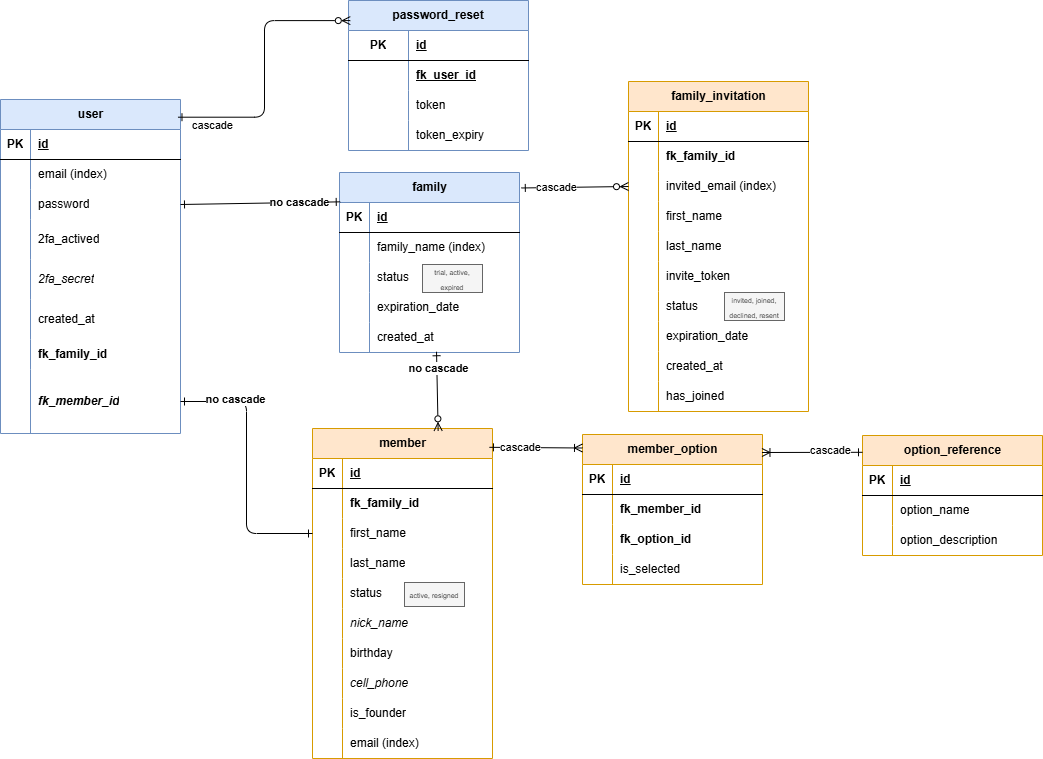
This is docs/members-schema.png from greg1951/family-social-scratch, a draw.io export, as it was before one commit. Source tidied: cells renumbered, new cells last; positions are measured from the earlier drawing's top-left corner, leaving out a move shared by most shapes.
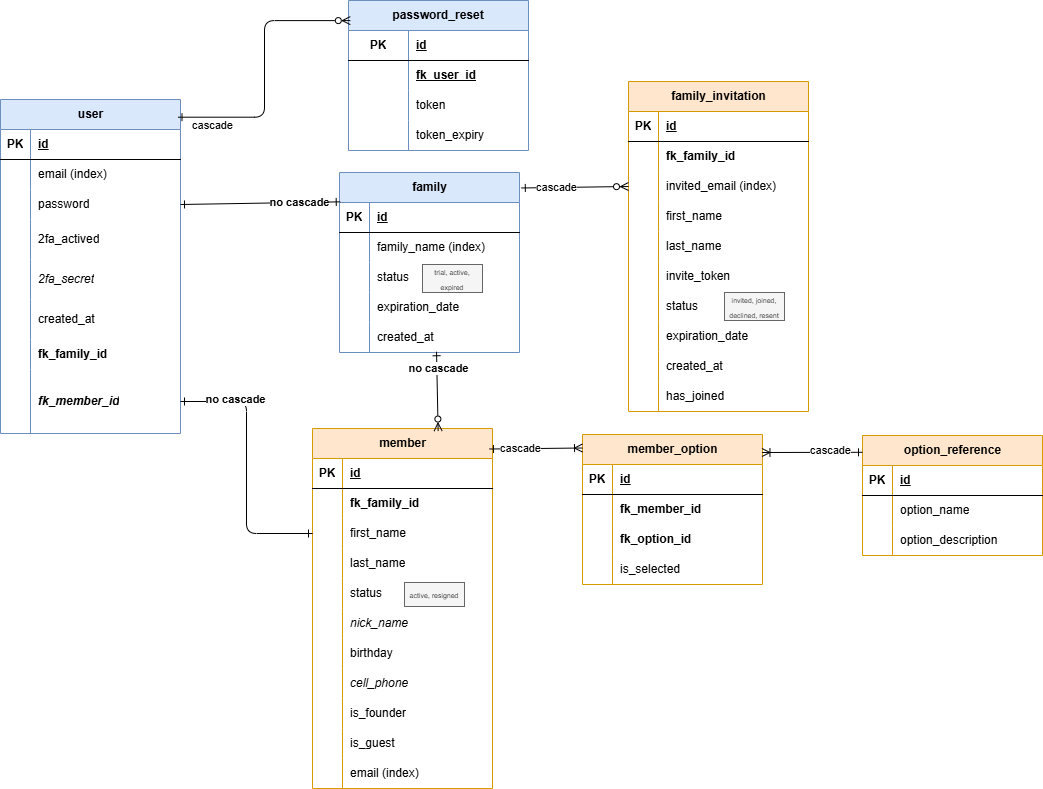
The same file after the commit.

Commit message:
updated schema pics b4 next feature

The edit, as a diff of the source:
```diff
@@ -258,7 +258,7 @@
       <mxGeometry x="30" width="150" height="30" as="geometry" />
     </mxCell>
     <mxCell id="87" value="member" style="shape=table;startSize=30;rowLines=0;fontStyle=1;align=center;html=1;fillColor=#ffe6cc;strokeColor=#d79b00;" parent="1" vertex="1">
-      <mxGeometry x="312" y="428" width="180" height="330" as="geometry" />
+      <mxGeometry x="312" y="428" width="180" height="360" as="geometry" />
     </mxCell>
     <mxCell id="88" style="shape=tableRow;horizontal=0;startSize=0;swimlaneHead=0;swimlaneBody=0;fillColor=none;top=0;left=0;right=0;bottom=1;" parent="87" vertex="1">
       <mxGeometry y="30" width="180" height="30" as="geometry" />
@@ -341,8 +341,17 @@
     <mxCell id="114" value="is_founder" style="shape=partialRectangle;fillColor=none;top=0;left=0;bottom=0;right=0;align=left;spacingLeft=6;overflow=hidden;whiteSpace=wrap;html=1;" parent="112" vertex="1">
       <mxGeometry x="30" width="150" height="30" as="geometry" />
     </mxCell>
+    <mxCell id="158" style="shape=tableRow;horizontal=0;startSize=0;swimlaneHead=0;swimlaneBody=0;fillColor=none;top=0;left=0;right=0;bottom=0;" parent="87" vertex="1">
+      <mxGeometry y="300" width="180" height="30" as="geometry" />
+    </mxCell>
+    <mxCell id="159" style="shape=partialRectangle;fillColor=none;top=0;left=0;bottom=0;right=0;overflow=hidden;whiteSpace=wrap;html=1;" parent="158" vertex="1">
+      <mxGeometry width="30" height="30" as="geometry" />
+    </mxCell>
+    <mxCell id="160" value="is_guest" style="shape=partialRectangle;fillColor=none;top=0;left=0;bottom=0;right=0;align=left;spacingLeft=6;overflow=hidden;whiteSpace=wrap;html=1;" parent="158" vertex="1">
+      <mxGeometry x="30" width="150" height="30" as="geometry" />
+    </mxCell>
     <mxCell id="115" style="shape=tableRow;horizontal=0;startSize=0;swimlaneHead=0;swimlaneBody=0;fillColor=none;top=0;left=0;right=0;bottom=0;" parent="87" vertex="1">
-      <mxGeometry y="300" width="180" height="30" as="geometry" />
+      <mxGeometry y="330" width="180" height="30" as="geometry" />
     </mxCell>
     <mxCell id="116" style="shape=partialRectangle;fillColor=none;top=0;left=0;bottom=0;right=0;overflow=hidden;whiteSpace=wrap;html=1;" parent="115" vertex="1">
       <mxGeometry width="30" height="30" as="geometry" />
```
